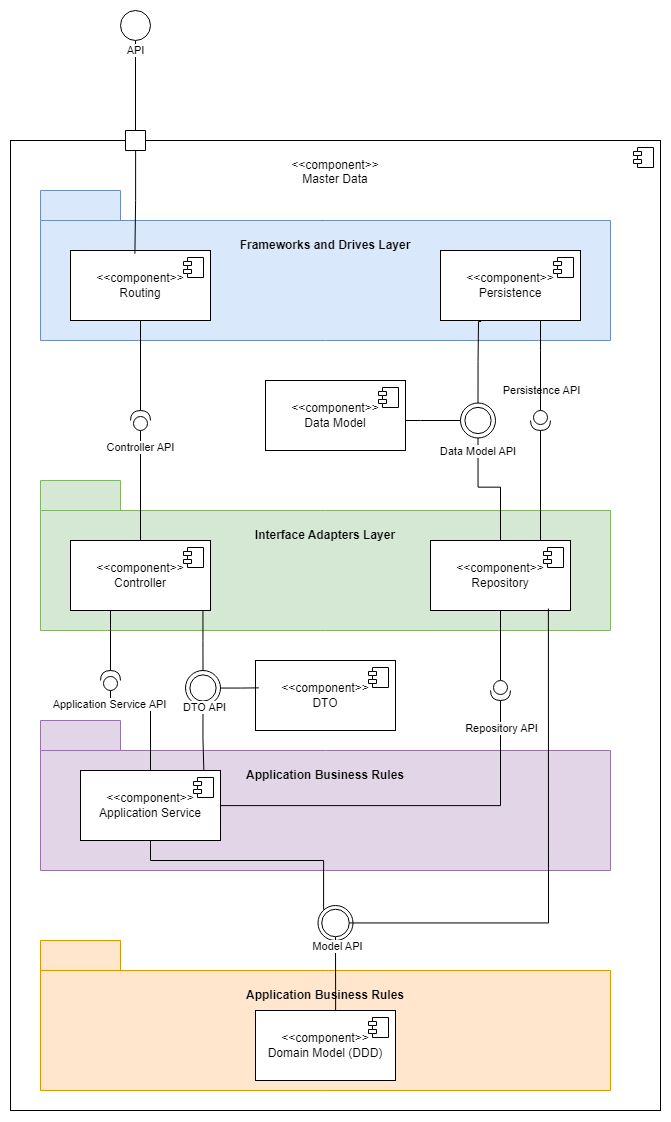
Before: docs/global-artifacts/03.design/logical-view/level-3/png/N3-VL.png, a diagram exported from draw.io (vscosousa/LAPR5_3DC_G15). Source tidied: cells renumbered, new cells last; positions are measured from the earlier drawing's top-left corner, leaving out a move shared by most shapes.
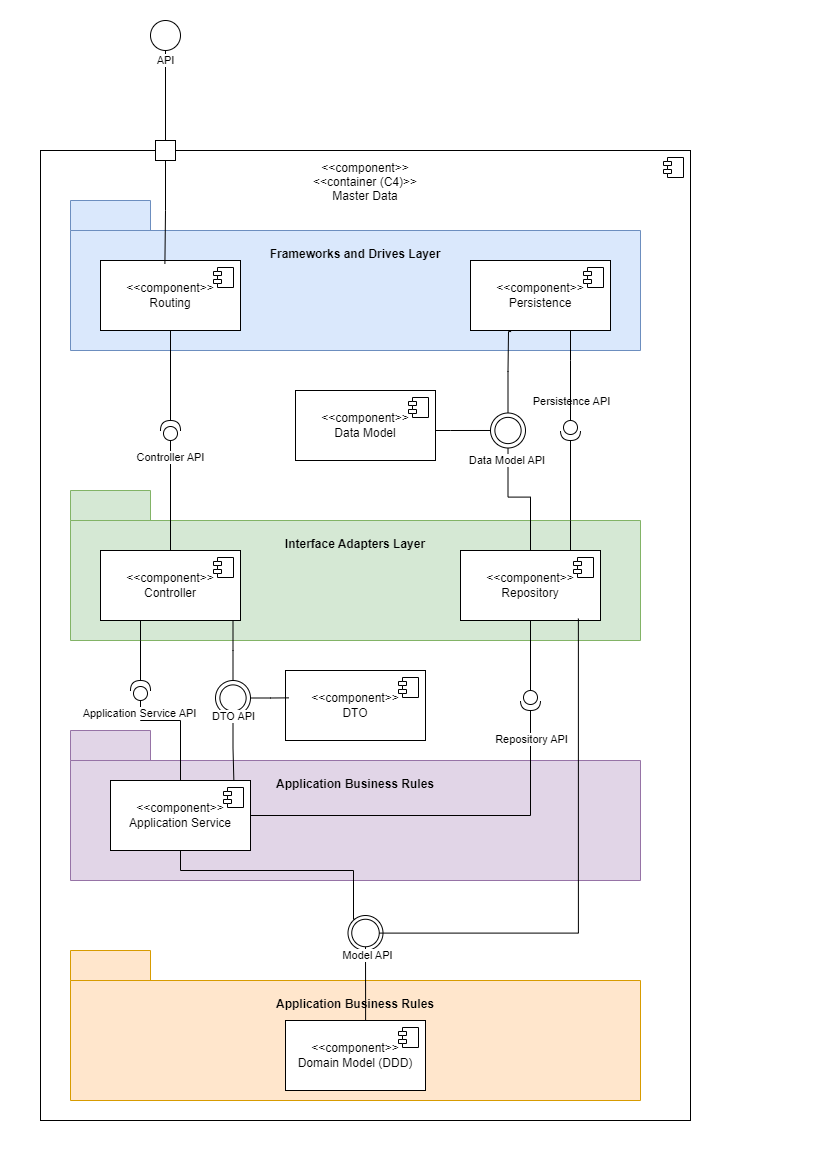
Later version of the same file.

Change to the diagram source:
```diff
@@ -2,7 +2,7 @@
   <root>
     <mxCell id="0" />
     <mxCell id="1" parent="0" />
-    <mxCell id="2" value="&amp;lt;&amp;lt;component&amp;gt;&amp;gt;&lt;div&gt;Master Data&lt;/div&gt;&lt;div&gt;&lt;br&gt;&lt;/div&gt;&lt;div&gt;&lt;br&gt;&lt;/div&gt;&lt;div&gt;&lt;br&gt;&lt;/div&gt;&lt;div&gt;&lt;br&gt;&lt;/div&gt;&lt;div&gt;&lt;br&gt;&lt;/div&gt;&lt;div&gt;&lt;br&gt;&lt;/div&gt;&lt;div&gt;&lt;br&gt;&lt;/div&gt;&lt;div&gt;&lt;br&gt;&lt;/div&gt;&lt;div&gt;&lt;br&gt;&lt;/div&gt;&lt;div&gt;&lt;br&gt;&lt;/div&gt;&lt;div&gt;&lt;br&gt;&lt;/div&gt;&lt;div&gt;&lt;br&gt;&lt;/div&gt;&lt;div&gt;&lt;br&gt;&lt;/div&gt;&lt;div&gt;&lt;br&gt;&lt;/div&gt;&lt;div&gt;&lt;br&gt;&lt;/div&gt;&lt;div&gt;&lt;br&gt;&lt;/div&gt;&lt;div&gt;&lt;br&gt;&lt;/div&gt;&lt;div&gt;&lt;br&gt;&lt;/div&gt;&lt;div&gt;&lt;br&gt;&lt;/div&gt;&lt;div&gt;&lt;br&gt;&lt;/div&gt;&lt;div&gt;&lt;br&gt;&lt;/div&gt;&lt;div&gt;&lt;br&gt;&lt;/div&gt;&lt;div&gt;&lt;br&gt;&lt;/div&gt;&lt;div&gt;&lt;br&gt;&lt;/div&gt;&lt;div&gt;&lt;br&gt;&lt;/div&gt;&lt;div&gt;&lt;br&gt;&lt;/div&gt;&lt;div&gt;&lt;br&gt;&lt;/div&gt;&lt;div&gt;&lt;br&gt;&lt;/div&gt;&lt;div&gt;&lt;br&gt;&lt;/div&gt;&lt;div&gt;&lt;br&gt;&lt;/div&gt;&lt;div&gt;&lt;br&gt;&lt;/div&gt;&lt;div&gt;&lt;br&gt;&lt;/div&gt;&lt;div&gt;&lt;br&gt;&lt;/div&gt;&lt;div&gt;&lt;br&gt;&lt;/div&gt;&lt;div&gt;&lt;br&gt;&lt;/div&gt;&lt;div&gt;&lt;br&gt;&lt;/div&gt;&lt;div&gt;&lt;br&gt;&lt;/div&gt;&lt;div&gt;&lt;br&gt;&lt;/div&gt;&lt;div&gt;&lt;br&gt;&lt;/div&gt;&lt;div&gt;&lt;br&gt;&lt;/div&gt;&lt;div&gt;&lt;br&gt;&lt;/div&gt;&lt;div&gt;&lt;br&gt;&lt;/div&gt;&lt;div&gt;&lt;br&gt;&lt;/div&gt;&lt;div&gt;&lt;br&gt;&lt;/div&gt;&lt;div&gt;&lt;br&gt;&lt;/div&gt;&lt;div&gt;&lt;br&gt;&lt;/div&gt;&lt;div&gt;&lt;br&gt;&lt;/div&gt;&lt;div&gt;&lt;br&gt;&lt;/div&gt;&lt;div&gt;&lt;br&gt;&lt;/div&gt;&lt;div&gt;&lt;br&gt;&lt;/div&gt;&lt;div&gt;&lt;br&gt;&lt;/div&gt;&lt;div&gt;&lt;br&gt;&lt;/div&gt;&lt;div&gt;&lt;br&gt;&lt;/div&gt;&lt;div&gt;&lt;br&gt;&lt;/div&gt;&lt;div&gt;&lt;br&gt;&lt;/div&gt;&lt;div&gt;&lt;br&gt;&lt;/div&gt;&lt;div&gt;&lt;br&gt;&lt;/div&gt;&lt;div&gt;&lt;br&gt;&lt;/div&gt;&lt;div&gt;&lt;br&gt;&lt;/div&gt;&lt;div&gt;&lt;br&gt;&lt;/div&gt;&lt;div&gt;&lt;br&gt;&lt;/div&gt;&lt;div&gt;&lt;br&gt;&lt;/div&gt;&lt;div&gt;&lt;br&gt;&lt;/div&gt;" style="html=1;whiteSpace=wrap;" parent="1" vertex="1">
+    <mxCell id="2" value="&amp;lt;&amp;lt;component&amp;gt;&amp;gt;&lt;div&gt;&amp;lt;&amp;lt;container (C4)&amp;gt;&amp;gt;&lt;/div&gt;&lt;div&gt;Master Data&lt;/div&gt;&lt;div&gt;&lt;br&gt;&lt;/div&gt;&lt;div&gt;&lt;br&gt;&lt;/div&gt;&lt;div&gt;&lt;br&gt;&lt;/div&gt;&lt;div&gt;&lt;br&gt;&lt;/div&gt;&lt;div&gt;&lt;br&gt;&lt;/div&gt;&lt;div&gt;&lt;br&gt;&lt;/div&gt;&lt;div&gt;&lt;br&gt;&lt;/div&gt;&lt;div&gt;&lt;br&gt;&lt;/div&gt;&lt;div&gt;&lt;br&gt;&lt;/div&gt;&lt;div&gt;&lt;br&gt;&lt;/div&gt;&lt;div&gt;&lt;br&gt;&lt;/div&gt;&lt;div&gt;&lt;br&gt;&lt;/div&gt;&lt;div&gt;&lt;br&gt;&lt;/div&gt;&lt;div&gt;&lt;br&gt;&lt;/div&gt;&lt;div&gt;&lt;br&gt;&lt;/div&gt;&lt;div&gt;&lt;br&gt;&lt;/div&gt;&lt;div&gt;&lt;br&gt;&lt;/div&gt;&lt;div&gt;&lt;br&gt;&lt;/div&gt;&lt;div&gt;&lt;br&gt;&lt;/div&gt;&lt;div&gt;&lt;br&gt;&lt;/div&gt;&lt;div&gt;&lt;br&gt;&lt;/div&gt;&lt;div&gt;&lt;br&gt;&lt;/div&gt;&lt;div&gt;&lt;br&gt;&lt;/div&gt;&lt;div&gt;&lt;br&gt;&lt;/div&gt;&lt;div&gt;&lt;br&gt;&lt;/div&gt;&lt;div&gt;&lt;br&gt;&lt;/div&gt;&lt;div&gt;&lt;br&gt;&lt;/div&gt;&lt;div&gt;&lt;br&gt;&lt;/div&gt;&lt;div&gt;&lt;br&gt;&lt;/div&gt;&lt;div&gt;&lt;br&gt;&lt;/div&gt;&lt;div&gt;&lt;br&gt;&lt;/div&gt;&lt;div&gt;&lt;br&gt;&lt;/div&gt;&lt;div&gt;&lt;br&gt;&lt;/div&gt;&lt;div&gt;&lt;br&gt;&lt;/div&gt;&lt;div&gt;&lt;br&gt;&lt;/div&gt;&lt;div&gt;&lt;br&gt;&lt;/div&gt;&lt;div&gt;&lt;br&gt;&lt;/div&gt;&lt;div&gt;&lt;br&gt;&lt;/div&gt;&lt;div&gt;&lt;br&gt;&lt;/div&gt;&lt;div&gt;&lt;br&gt;&lt;/div&gt;&lt;div&gt;&lt;br&gt;&lt;/div&gt;&lt;div&gt;&lt;br&gt;&lt;/div&gt;&lt;div&gt;&lt;br&gt;&lt;/div&gt;&lt;div&gt;&lt;br&gt;&lt;/div&gt;&lt;div&gt;&lt;br&gt;&lt;/div&gt;&lt;div&gt;&lt;br&gt;&lt;/div&gt;&lt;div&gt;&lt;br&gt;&lt;/div&gt;&lt;div&gt;&lt;br&gt;&lt;/div&gt;&lt;div&gt;&lt;br&gt;&lt;/div&gt;&lt;div&gt;&lt;br&gt;&lt;/div&gt;&lt;div&gt;&lt;br&gt;&lt;/div&gt;&lt;div&gt;&lt;br&gt;&lt;/div&gt;&lt;div&gt;&lt;br&gt;&lt;/div&gt;&lt;div&gt;&lt;br&gt;&lt;/div&gt;&lt;div&gt;&lt;br&gt;&lt;/div&gt;&lt;div&gt;&lt;br&gt;&lt;/div&gt;&lt;div&gt;&lt;br&gt;&lt;/div&gt;&lt;div&gt;&lt;br&gt;&lt;/div&gt;&lt;div&gt;&lt;br&gt;&lt;/div&gt;&lt;div&gt;&lt;br&gt;&lt;/div&gt;&lt;div&gt;&lt;br&gt;&lt;/div&gt;&lt;div&gt;&lt;br&gt;&lt;/div&gt;&lt;div&gt;&lt;br&gt;&lt;/div&gt;" style="html=1;whiteSpace=wrap;" parent="1" vertex="1">
       <mxGeometry y="130" width="650" height="970" as="geometry" />
     </mxCell>
     <mxCell id="3" style="shape=module;jettyWidth=8;jettyHeight=4;" parent="2" vertex="1">
```
